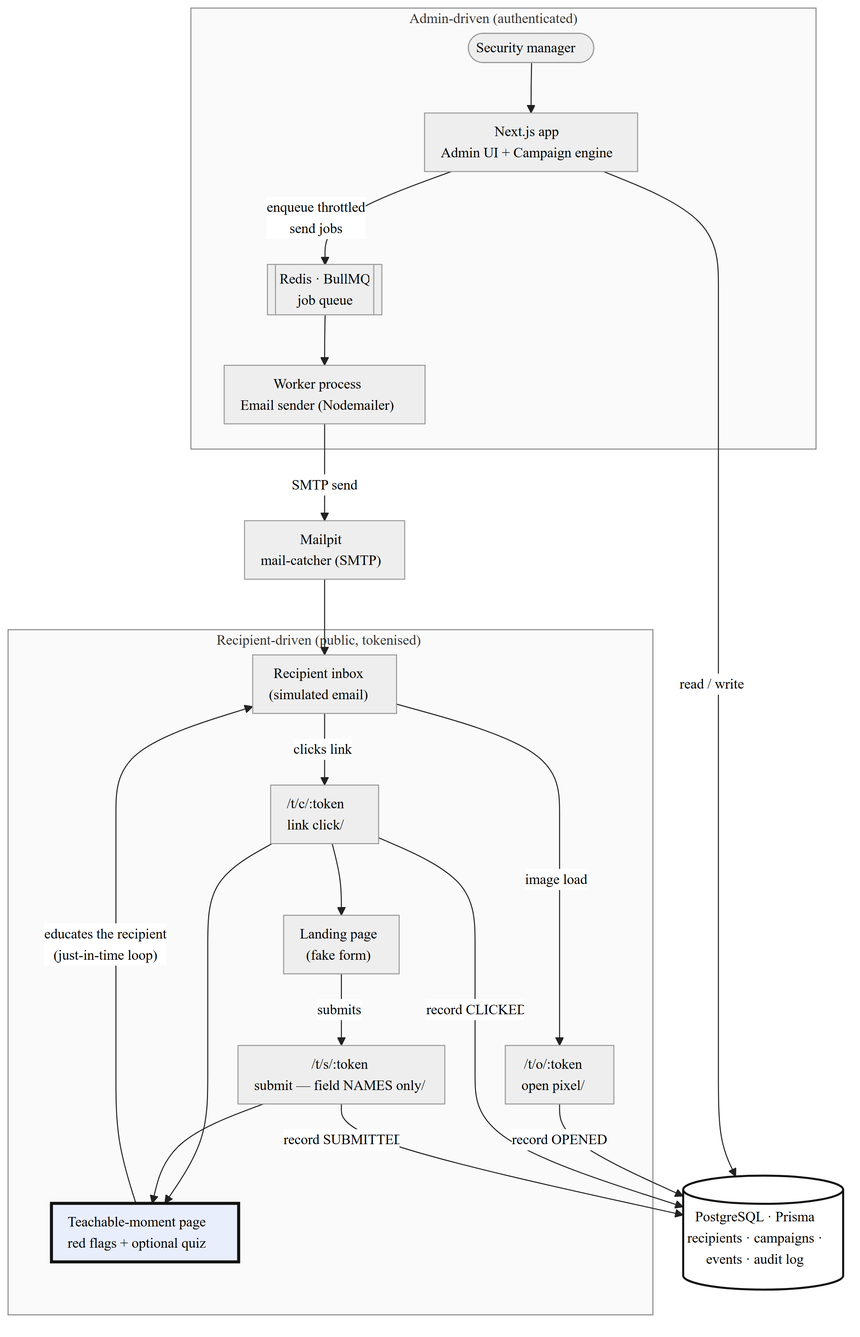
Before: docs/diagrams/fig4-system-architecture.png, a diagram exported from Mermaid (Rayyy-dev/Phlare). Its source is kept beside it as docs/diagrams/fig4-system-architecture.mmd. The source it was exported from:
```mermaid
%%{init: {"theme":"neutral","themeVariables":{"fontFamily":"Helvetica, Arial, sans-serif","fontSize":"14px","lineColor":"#222","primaryColor":"#f2f2f2","primaryBorderColor":"#222","primaryTextColor":"#111","clusterBkg":"#fafafa","clusterBorder":"#888"},"flowchart":{"curve":"basis","nodeSpacing":40,"rankSpacing":50,"padding":8}}}%%
flowchart TB

    subgraph ADMIN_SIDE["Admin-driven (authenticated)"]
        direction TB
        ADM(["Security manager"])
        APP["Next.js app<br/>Admin UI + Campaign engine"]
        Q[["Redis · BullMQ<br/>job queue"]]
        WK["Worker process<br/>Email sender (Nodemailer)"]
        ADM --> APP
        APP -- "enqueue throttled<br/>send jobs" --> Q
        Q --> WK
    end

    DB[("PostgreSQL · Prisma<br/>recipients · campaigns ·<br/>events · audit log")]
    MP["Mailpit<br/>mail-catcher (SMTP)"]

    APP -- "read / write" --> DB
    WK -- "SMTP send" --> MP

    subgraph RECIP_SIDE["Recipient-driven (public, tokenised)"]
        direction TB
        INBOX["Recipient inbox<br/>(simulated email)"]
        PX["/t/o/:token<br/>open pixel/"]
        CLK["/t/c/:token<br/>link click/"]
        LP["Landing page<br/>(fake form)"]
        SUB["/t/s/:token<br/>submit — field NAMES only/"]
        TEACH["Teachable-moment page<br/>red flags + optional quiz"]
    end

    MP --> INBOX
    INBOX -- "image load" --> PX
    INBOX -- "clicks link" --> CLK
    CLK --> LP
    LP -- "submits" --> SUB

    PX -- "record OPENED" --> DB
    CLK -- "record CLICKED" --> DB
    SUB -- "record SUBMITTED" --> DB

    CLK --> TEACH
    SUB --> TEACH
    TEACH -- "educates the recipient<br/>(just-in-time loop)" --> INBOX

    style TEACH fill:#e9eefc,stroke:#111,stroke-width:3px;
    style DB fill:#ffffff,stroke:#111,stroke-width:2px;
```
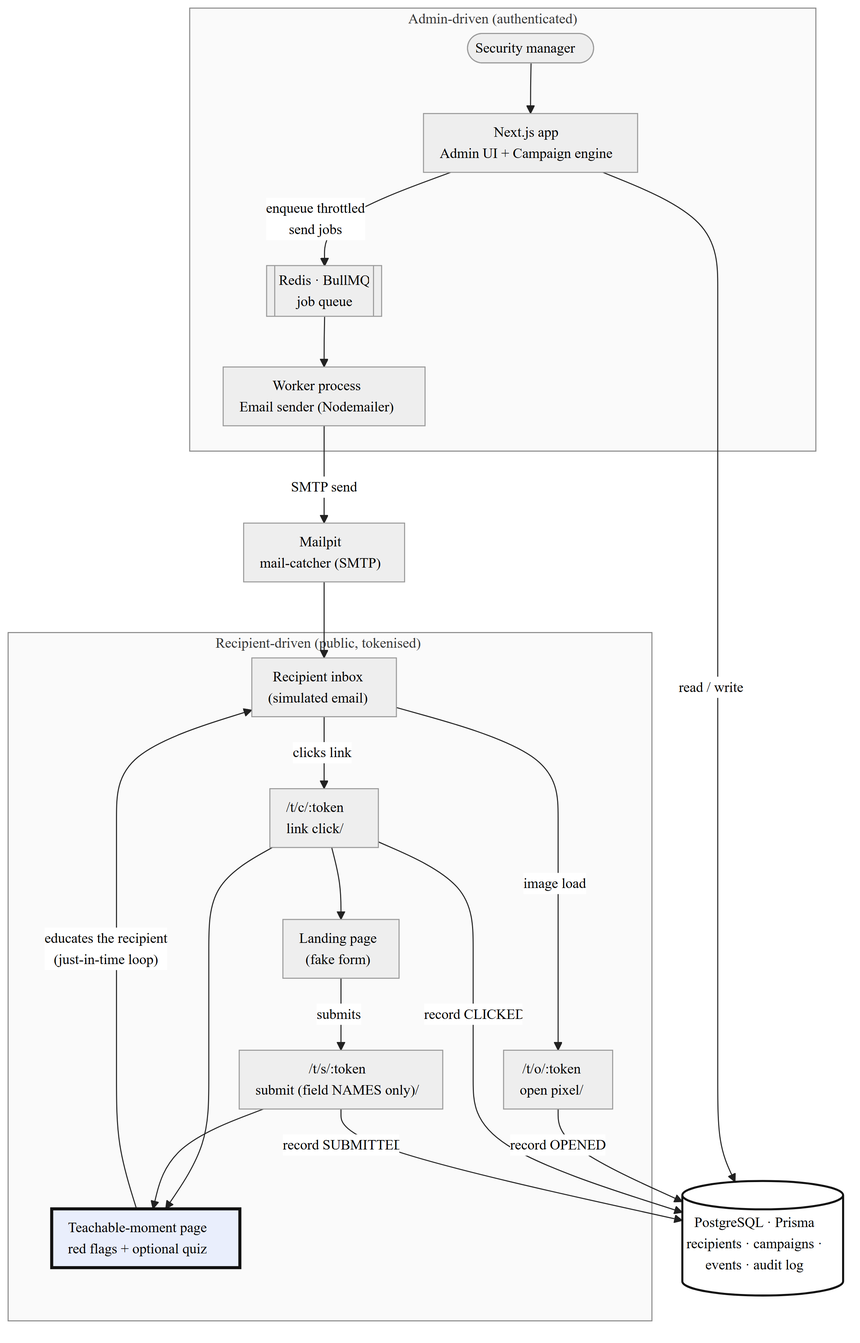
Later version of the same file.

Commit message:
Update Figure 4: remove em-dash from submit-node label

Replace "submit — field NAMES only" with "submit (field NAMES only)" and re-render; also de-dash the source comment. No em-dashes remain in any rendered diagram.

What changed in the source:
```diff
@@ -24,7 +24,7 @@
         PX["/t/o/:token<br/>open pixel/"]
         CLK["/t/c/:token<br/>link click/"]
         LP["Landing page<br/>(fake form)"]
-        SUB["/t/s/:token<br/>submit — field NAMES only/"]
+        SUB["/t/s/:token<br/>submit (field NAMES only)/"]
         TEACH["Teachable-moment page<br/>red flags + optional quiz"]
     end
 
```
